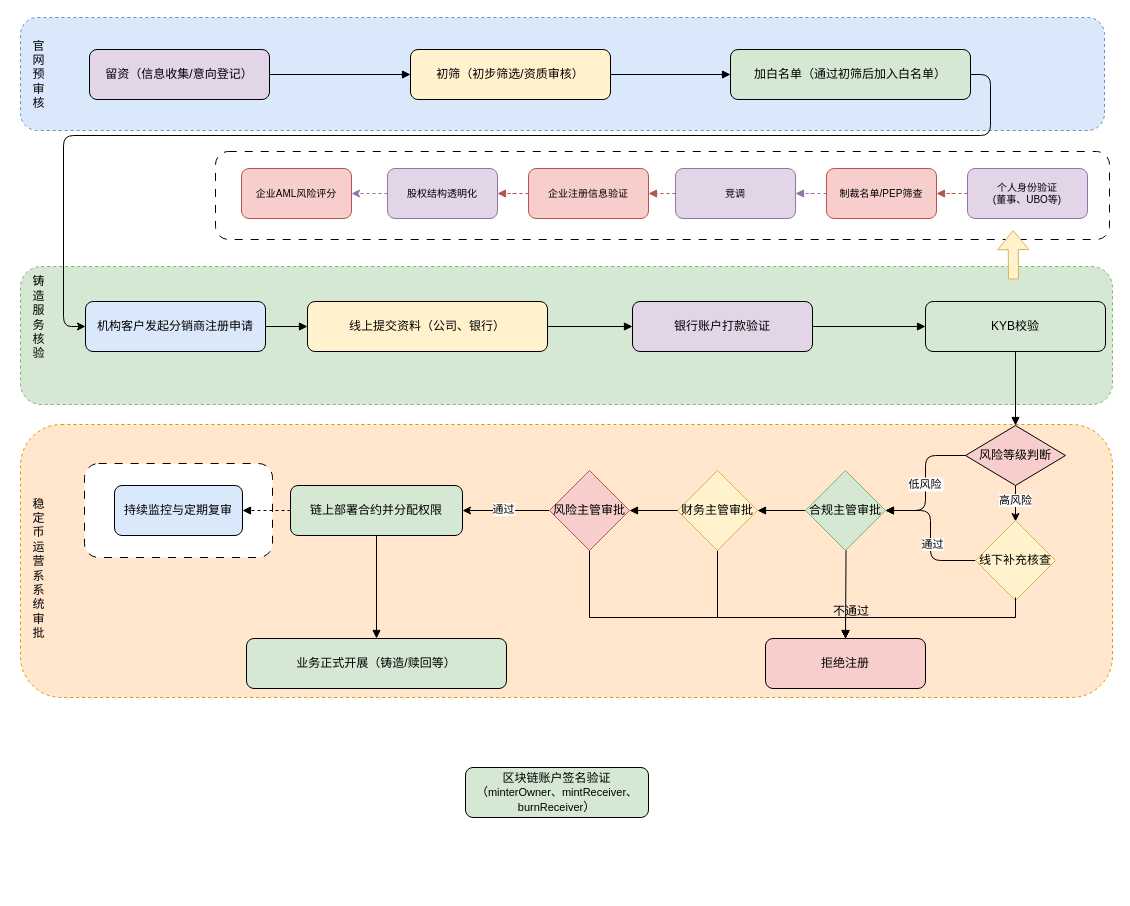
Earlier version of the draw.io diagram sc.drawio (mingzhenliu/doc). Source tidied: cells renumbered, new cells numbered last; positions are measured from the earlier drawing's top-left corner, leaving out a move shared by most shapes. Both pictures are drawn from the tidied source at 100%, with x=0, y=0 at pixel (20, 17).
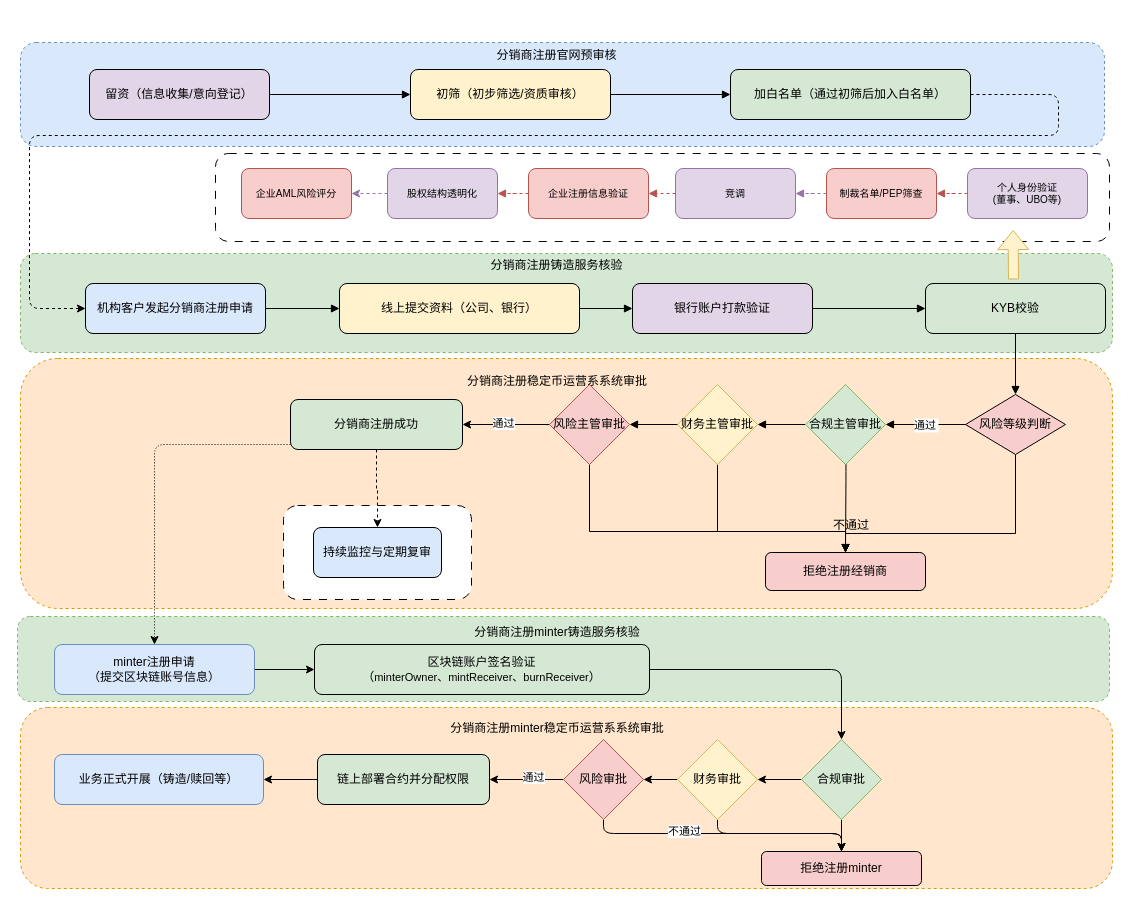
The same diagram, later.

What changed in the source:
```diff
@@
+    <mxCell id="62" style="rounded=1;whiteSpace=wrap;html=1;dashed=1;fillColor=#ffe6cc;strokeColor=#d79b00;" parent="1" vertex="1">
+      <mxGeometry y="690" width="1092" height="181" as="geometry" />
+    </mxCell>
+    <mxCell id="22" value="业务正式开展（铸造/赎回等）" style="rounded=1;whiteSpace=wrap;html=1;fillColor=#dae8fc;strokeColor=#6c8ebf;" parent="1" vertex="1">
+      <mxGeometry x="34" y="737" width="209" height="50" as="geometry" />
+    </mxCell>
+    <mxCell id="63" style="rounded=1;whiteSpace=wrap;html=1;dashed=1;fillColor=#d5e8d4;strokeColor=#82b366;" parent="1" vertex="1">
+      <mxGeometry x="-3" y="599" width="1092" height="85" as="geometry" />
+    </mxCell>
     <mxCell id="2" style="rounded=1;whiteSpace=wrap;html=1;dashed=1;fillColor=#ffe6cc;strokeColor=#d79b00;" parent="1" vertex="1">
-      <mxGeometry y="407" width="1092" height="273" as="geometry" />
+      <mxGeometry y="341" width="1092" height="250" as="geometry" />
     </mxCell>
     <mxCell id="3" style="rounded=1;whiteSpace=wrap;html=1;dashed=1;fillColor=#d5e8d4;strokeColor=#82b366;" parent="1" vertex="1">
-      <mxGeometry y="249" width="1092" height="138" as="geometry" />
+      <mxGeometry y="236" width="1092" height="99" as="geometry" />
     </mxCell>
     <mxCell id="4" style="rounded=1;whiteSpace=wrap;html=1;dashed=1;fillColor=#dae8fc;strokeColor=#6c8ebf;" parent="1" vertex="1">
-      <mxGeometry width="1084" height="113" as="geometry" />
+      <mxGeometry y="25" width="1084" height="104" as="geometry" />
     </mxCell>
     <mxCell id="5" style="rounded=1;whiteSpace=wrap;html=1;dashed=1;dashPattern=8 8;" parent="1" vertex="1">
-      <mxGeometry x="64" y="446" width="188" height="94" as="geometry" />
+      <mxGeometry x="263" y="488" width="188" height="94" as="geometry" />
     </mxCell>
     <mxCell id="6" style="rounded=1;whiteSpace=wrap;html=1;dashed=1;dashPattern=8 8;" parent="1" vertex="1">
-      <mxGeometry x="195" y="134" width="894" height="88" as="geometry" />
+      <mxGeometry x="195" y="136" width="894" height="88" as="geometry" />
     </mxCell>
     <mxCell id="7" value="留资（信息收集/意向登记）" style="rounded=1;whiteSpace=wrap;html=1;fillColor=#e1d5e7;" parent="1" vertex="1">
-      <mxGeometry x="69" y="32" width="180" height="50" as="geometry" />
+      <mxGeometry x="69" y="52" width="180" height="50" as="geometry" />
     </mxCell>
     <mxCell id="8" value="初筛（初步筛选/资质审核）" style="rounded=1;whiteSpace=wrap;html=1;fillColor=#fff2cc;" parent="1" vertex="1">
-      <mxGeometry x="390" y="32" width="200" height="50" as="geometry" />
+      <mxGeometry x="390" y="52" width="200" height="50" as="geometry" />
     </mxCell>
     <mxCell id="9" value="加白名单（通过初筛后加入白名单）" style="rounded=1;whiteSpace=wrap;html=1;fillColor=#d5e8d4;" parent="1" vertex="1">
-      <mxGeometry x="710" y="32" width="240" height="50" as="geometry" />
+      <mxGeometry x="710" y="52" width="240" height="50" as="geometry" />
     </mxCell>
@@
     <mxCell id="12" value="机构客户发起分销商注册申请" style="rounded=1;whiteSpace=wrap;html=1;fillColor=#dae8fc;" parent="1" vertex="1">
-      <mxGeometry x="65" y="284" width="180" height="50" as="geometry" />
+      <mxGeometry x="65" y="266" width="180" height="50" as="geometry" />
     </mxCell>
     <mxCell id="13" value="线上提交资料（公司、银行）" style="rounded=1;whiteSpace=wrap;html=1;fillColor=#fff2cc;" parent="1" vertex="1">
-      <mxGeometry x="287" y="284" width="240" height="50" as="geometry" />
+      <mxGeometry x="319" y="266" width="240" height="50" as="geometry" />
     </mxCell>
     <mxCell id="14" value="银行账户打款验证" style="rounded=1;whiteSpace=wrap;html=1;fillColor=#e1d5e7;flipH=1;" parent="1" vertex="1">
-      <mxGeometry x="612" y="284" width="180" height="50" as="geometry" />
+      <mxGeometry x="612" y="266" width="180" height="50" as="geometry" />
     </mxCell>
+    <mxCell id="64" style="edgeStyle=orthogonalEdgeStyle;rounded=0;jettySize=auto;html=1;" parent="1" edge="1" source="15" target="70">
+      <mxGeometry relative="1" as="geometry" />
+    </mxCell>
-    <mxCell id="15" value="区块链账户签名验证&lt;div&gt;（&lt;span style=&quot;font-size: 11px;&quot;&gt;minterOwner、mintReceiver、&lt;/span&gt;&lt;br style=&quot;font-size: 11px;&quot;&gt;&lt;span style=&quot;font-size: 11px;&quot;&gt;burnReceiver&lt;/span&gt;）&lt;/div&gt;" style="rounded=1;whiteSpace=wrap;html=1;fillColor=#d5e8d4;flipH=1;" parent="1" vertex="1">
-      <mxGeometry x="445" y="750" width="183" height="50" as="geometry" />
+    <mxCell id="15" value="minter注册申请&lt;div&gt;（提交区块链账号信息）&lt;/div&gt;" style="rounded=1;whiteSpace=wrap;html=1;fillColor=#dae8fc;flipH=1;strokeColor=#6c8ebf;" parent="1" vertex="1">
+      <mxGeometry x="34" y="627" width="200" height="50" as="geometry" />
     </mxCell>
-    <mxCell id="16" style="edgeStyle=orthogonalEdgeStyle;rounded=0;jettySize=auto;html=1;entryX=0.5;entryY=0;entryDx=0;entryDy=0;" parent="1" edge="1" source="18">
-      <mxGeometry relative="1" as="geometry">
-        <mxPoint x="995" y="504" as="targetPoint" />
-      </mxGeometry>
-    </mxCell>
-    <mxCell id="17" value="高风险" style="edgeLabel;html=1;align=center;verticalAlign=middle;" parent="16" vertex="1">
-      <mxGeometry x="-0.21" y="-1" relative="1" as="geometry" />
-    </mxCell>
+    <mxCell id="65" style="edgeStyle=orthogonalEdgeStyle;rounded=0;jettySize=auto;html=1;entryX=0.5;entryY=0;entryDx=0;entryDy=0;" parent="1" edge="1" source="18" target="20">
+      <mxGeometry relative="1" as="geometry">
+        <Array as="points">
+          <mxPoint x="995" y="516" />
+          <mxPoint x="825" y="516" />
+        </Array>
+      </mxGeometry>
+    </mxCell>
     <mxCell id="18" value="风险等级判断" style="rhombus;whiteSpace=wrap;html=1;fillColor=#f8cecc;" parent="1" vertex="1">
-      <mxGeometry x="945" y="408" width="100" height="60" as="geometry" />
+      <mxGeometry x="945" y="377" width="100" height="60" as="geometry" />
     </mxCell>
+    <mxCell id="66" style="edgeStyle=orthogonalEdgeStyle;rounded=1;jettySize=auto;html=1;curved=0;dashed=1;dashPattern=1 2;entryX=0.5;entryY=0;entryDx=0;entryDy=0;" parent="1" edge="1" source="19" target="15">
+      <mxGeometry relative="1" as="geometry">
+        <Array as="points">
+          <mxPoint x="134" y="427" />
+        </Array>
+      </mxGeometry>
+    </mxCell>
+    <mxCell id="30" style="edgeStyle=orthogonalEdgeStyle;rounded=0;jettySize=auto;html=1;entryX=0.5;entryY=0;entryDx=0;entryDy=0;dashed=1;" parent="1" edge="1" source="19" target="21">
+      <mxGeometry relative="1" as="geometry" />
+    </mxCell>
-    <mxCell id="19" value="链上部署合约并分配权限" style="rounded=1;whiteSpace=wrap;html=1;fillColor=#d5e8d4;" parent="1" vertex="1">
-      <mxGeometry x="270" y="468" width="172" height="50" as="geometry" />
+    <mxCell id="19" value="分销商注册成功" style="rounded=1;whiteSpace=wrap;html=1;fillColor=#d5e8d4;" parent="1" vertex="1">
+      <mxGeometry x="270" y="382" width="172" height="50" as="geometry" />
     </mxCell>
-    <mxCell id="20" value="拒绝注册" style="rounded=1;whiteSpace=wrap;html=1;fillColor=#f8cecc;" parent="1" vertex="1">
-      <mxGeometry x="745" y="621" width="160" height="50" as="geometry" />
+    <mxCell id="20" value="拒绝注册经销商" style="rounded=1;whiteSpace=wrap;html=1;fillColor=#f8cecc;" parent="1" vertex="1">
+      <mxGeometry x="745" y="535" width="160" height="38" as="geometry" />
     </mxCell>
     <mxCell id="21" value="持续监控与定期复审" style="rounded=1;whiteSpace=wrap;html=1;fillColor=#dae8fc;" parent="1" vertex="1">
-      <mxGeometry x="94" y="468" width="128" height="50" as="geometry" />
+      <mxGeometry x="293" y="510" width="128" height="50" as="geometry" />
     </mxCell>
-    <mxCell id="22" value="业务正式开展（铸造/赎回等）" style="rounded=1;whiteSpace=wrap;html=1;fillColor=#d5e8d4;" parent="1" vertex="1">
-      <mxGeometry x="226" y="621" width="260" height="50" as="geometry" />
-    </mxCell>
@@
-    <mxCell id="27" value="低风险" style="edgeStyle=orthogonalEdgeStyle;endArrow=block;endFill=1;entryX=1;entryY=0.5;entryDx=0;entryDy=0;exitX=0;exitY=0.5;exitDx=0;exitDy=0;" parent="1" edge="1" source="18" target="34">
+    <mxCell id="27" value="通过" style="edgeStyle=orthogonalEdgeStyle;endArrow=block;endFill=1;entryX=1;entryY=0.5;entryDx=0;entryDy=0;exitX=0;exitY=0.5;exitDx=0;exitDy=0;" parent="1" edge="1" source="18" target="34">
       <mxGeometry relative="1" as="geometry" />
     </mxCell>
     <mxCell id="28" style="edgeStyle=orthogonalEdgeStyle;endArrow=block;endFill=1;exitX=0.5;exitY=1;exitDx=0;exitDy=0;" parent="1" edge="1" target="20">
       <mxGeometry relative="1" as="geometry">
-        <mxPoint x="825" y="458" as="sourcePoint" />
+        <mxPoint x="825" y="372" as="sourcePoint" />
       </mxGeometry>
     </mxCell>
@@
-    <mxCell id="30" style="edgeStyle=orthogonalEdgeStyle;endArrow=block;endFill=1;entryX=1;entryY=0.5;entryDx=0;entryDy=0;dashed=1;" parent="1" edge="1" source="19" target="21">
-      <mxGeometry relative="1" as="geometry" />
-    </mxCell>
-    <mxCell id="31" style="edgeStyle=orthogonalEdgeStyle;endArrow=block;endFill=1;" parent="1" edge="1" source="19" target="22">
-      <mxGeometry relative="1" as="geometry" />
-    </mxCell>
     <mxCell id="32" style="edgeStyle=orthogonalEdgeStyle;rounded=0;jettySize=auto;html=1;entryX=0.5;entryY=0;entryDx=0;entryDy=0;exitX=0.5;exitY=1;exitDx=0;exitDy=0;" parent="1" edge="1" source="33" target="20">
       <mxGeometry relative="1" as="geometry">
         <Array as="points">
-          <mxPoint x="697" y="600" />
-          <mxPoint x="825" y="600" />
+          <mxPoint x="697" y="514" />
+          <mxPoint x="825" y="514" />
         </Array>
       </mxGeometry>
     </mxCell>
     <mxCell id="33" value="财务主管审批" style="rhombus;whiteSpace=wrap;html=1;fillColor=#fff2cc;strokeColor=#d6b656;" parent="1" vertex="1">
-      <mxGeometry x="657" y="453" width="80" height="80" as="geometry" />
+      <mxGeometry x="657" y="367" width="80" height="80" as="geometry" />
     </mxCell>
     <mxCell id="34" value="合规主管审批" style="rhombus;whiteSpace=wrap;html=1;fillColor=#d5e8d4;strokeColor=#82b366;" parent="1" vertex="1">
-      <mxGeometry x="785" y="453" width="80" height="80" as="geometry" />
+      <mxGeometry x="785" y="367" width="80" height="80" as="geometry" />
     </mxCell>
     <mxCell id="35" style="edgeStyle=orthogonalEdgeStyle;rounded=0;jettySize=auto;html=1;entryX=0.5;entryY=0;entryDx=0;entryDy=0;" parent="1" edge="1" source="38" target="20">
       <mxGeometry relative="1" as="geometry">
         <Array as="points">
-          <mxPoint x="569" y="600" />
-          <mxPoint x="825" y="600" />
+          <mxPoint x="569" y="514" />
+          <mxPoint x="825" y="514" />
         </Array>
       </mxGeometry>
     </mxCell>
@@
     <mxCell id="38" value="风险主管审批" style="rhombus;whiteSpace=wrap;html=1;fillColor=#f8cecc;strokeColor=#b85450;" parent="1" vertex="1">
-      <mxGeometry x="529" y="453" width="80" height="80" as="geometry" />
+      <mxGeometry x="529" y="367" width="80" height="80" as="geometry" />
     </mxCell>
@@
-    <mxCell id="51" style="edgeStyle=orthogonalEdgeStyle;rounded=1;jettySize=auto;html=1;entryX=1;entryY=0.5;entryDx=0;entryDy=0;curved=0;" parent="1" edge="1" source="53" target="34">
-      <mxGeometry relative="1" as="geometry" />
-    </mxCell>
-    <mxCell id="52" value="通过" style="edgeLabel;html=1;align=center;verticalAlign=middle;" parent="51" vertex="1">
-      <mxGeometry x="-0.1" y="-1" relative="1" as="geometry">
-        <mxPoint y="1" as="offset" />
-      </mxGeometry>
-    </mxCell>
-    <mxCell id="53" value="线下补充核查" style="rhombus;whiteSpace=wrap;html=1;fillColor=#fff2cc;strokeColor=#d6b656;" parent="1" vertex="1">
-      <mxGeometry x="955" y="503" width="80" height="80" as="geometry" />
-    </mxCell>
-    <mxCell id="54" style="edgeStyle=orthogonalEdgeStyle;rounded=0;jettySize=auto;html=1;entryX=0.5;entryY=0;entryDx=0;entryDy=0;exitX=0.5;exitY=1;exitDx=0;exitDy=0;" parent="1" edge="1" target="20">
-      <mxGeometry relative="1" as="geometry">
-        <mxPoint x="995" y="580" as="sourcePoint" />
-        <Array as="points">
-          <mxPoint x="995" y="600" />
-          <mxPoint x="825" y="600" />
-        </Array>
-      </mxGeometry>
-    </mxCell>
     <mxCell id="55" value="不通过" style="text;html=1;align=center;verticalAlign=middle;whiteSpace=wrap;rounded=0;" parent="1" vertex="1">
-      <mxGeometry x="801" y="579" width="60" height="30" as="geometry" />
+      <mxGeometry x="801" y="493" width="60" height="30" as="geometry" />
     </mxCell>
-    <mxCell id="56" value="官网预审核" style="text;html=1;align=center;verticalAlign=middle;whiteSpace=wrap;rounded=0;" parent="1" vertex="1">
-      <mxGeometry x="6" y="25" width="25" height="63" as="geometry" />
+    <mxCell id="56" value="分销商注册官网预审核" style="text;html=1;align=center;verticalAlign=middle;whiteSpace=wrap;rounded=0;" parent="1" vertex="1">
+      <mxGeometry x="433" y="6" width="207" height="63" as="geometry" />
     </mxCell>
-    <mxCell id="57" style="edgeStyle=orthogonalEdgeStyle;rounded=1;jettySize=auto;html=1;exitX=1;exitY=0.5;exitDx=0;exitDy=0;curved=0;" parent="1" edge="1" source="9" target="12">
+    <mxCell id="57" style="edgeStyle=orthogonalEdgeStyle;rounded=1;jettySize=auto;html=1;curved=0;entryX=0;entryY=0.5;entryDx=0;entryDy=0;dashed=1;exitX=1;exitY=0.5;exitDx=0;exitDy=0;" parent="1" edge="1" source="9" target="12">
       <mxGeometry relative="1" as="geometry">
         <Array as="points">
-          <mxPoint x="970" y="57" />
-          <mxPoint x="970" y="118" />
-          <mxPoint x="43" y="118" />
-          <mxPoint x="43" y="309" />
+          <mxPoint x="1038" y="77" />
+          <mxPoint x="1038" y="118" />
+          <mxPoint x="9" y="118" />
+          <mxPoint x="9" y="291" />
         </Array>
       </mxGeometry>
     </mxCell>
-    <mxCell id="58" value="铸造服务核验" style="text;html=1;align=center;verticalAlign=middle;whiteSpace=wrap;rounded=0;" parent="1" vertex="1">
-      <mxGeometry x="6" y="268" width="25" height="63" as="geometry" />
+    <mxCell id="58" value="分销商注册&lt;span style=&quot;background-color: transparent; color: light-dark(rgb(0, 0, 0), rgb(255, 255, 255));&quot;&gt;铸造服务核验&lt;/span&gt;" style="text;html=1;align=center;verticalAlign=middle;whiteSpace=wrap;rounded=0;" parent="1" vertex="1">
+      <mxGeometry x="406" y="216" width="261" height="63" as="geometry" />
     </mxCell>
-    <mxCell id="59" value="稳定币运营系系统审批" style="text;html=1;align=center;verticalAlign=middle;whiteSpace=wrap;rounded=0;" parent="1" vertex="1">
-      <mxGeometry x="6" y="519" width="25" height="63" as="geometry" />
+    <mxCell id="59" value="分销商注册稳定币运营系系统审批" style="text;html=1;align=center;verticalAlign=middle;whiteSpace=wrap;rounded=0;" parent="1" vertex="1">
+      <mxGeometry x="404.5" y="332" width="264" height="63" as="geometry" />
     </mxCell>
@@
     <mxCell id="61" value="KYB校验" style="rounded=1;whiteSpace=wrap;html=1;fillColor=#d5e8d4;" parent="1" vertex="1">
-      <mxGeometry x="905" y="284" width="180" height="50" as="geometry" />
+      <mxGeometry x="905" y="266" width="180" height="50" as="geometry" />
     </mxCell>
+    <mxCell id="67" style="edgeStyle=orthogonalEdgeStyle;rounded=0;jettySize=auto;html=1;" parent="1" edge="1" source="68" target="22">
+      <mxGeometry relative="1" as="geometry" />
+    </mxCell>
+    <mxCell id="68" value="链上部署合约并分配权限" style="rounded=1;whiteSpace=wrap;html=1;fillColor=#d5e8d4;" parent="1" vertex="1">
+      <mxGeometry x="297" y="737" width="172" height="50" as="geometry" />
+    </mxCell>
+    <mxCell id="69" style="edgeStyle=orthogonalEdgeStyle;rounded=1;jettySize=auto;html=1;entryX=0.5;entryY=0;entryDx=0;entryDy=0;curved=0;" parent="1" edge="1" source="70" target="76">
+      <mxGeometry relative="1" as="geometry" />
+    </mxCell>
+    <mxCell id="70" value="区块链账户签名验证&lt;div&gt;（&lt;span style=&quot;font-size: 11px;&quot;&gt;minterOwner、mintReceiver、&lt;/span&gt;&lt;span style=&quot;font-size: 11px;&quot;&gt;burnReceiver&lt;/span&gt;）&lt;/div&gt;" style="rounded=1;whiteSpace=wrap;html=1;fillColor=#d5e8d4;flipH=1;" parent="1" vertex="1">
+      <mxGeometry x="294" y="627" width="335" height="50" as="geometry" />
+    </mxCell>
+    <mxCell id="71" style="edgeStyle=orthogonalEdgeStyle;rounded=0;jettySize=auto;html=1;" parent="1" edge="1" source="73" target="80">
+      <mxGeometry relative="1" as="geometry" />
+    </mxCell>
+    <mxCell id="72" style="edgeStyle=orthogonalEdgeStyle;rounded=1;jettySize=auto;html=1;entryX=0.5;entryY=0;entryDx=0;entryDy=0;curved=0;" parent="1" edge="1" source="73" target="83">
+      <mxGeometry relative="1" as="geometry">
+        <Array as="points">
+          <mxPoint x="697" y="816" />
+          <mxPoint x="821" y="816" />
+        </Array>
+      </mxGeometry>
+    </mxCell>
+    <mxCell id="73" value="财务审批" style="rhombus;whiteSpace=wrap;html=1;fillColor=#fff2cc;strokeColor=#d6b656;" parent="1" vertex="1">
+      <mxGeometry x="657" y="722" width="80" height="80" as="geometry" />
+    </mxCell>
+    <mxCell id="74" style="edgeStyle=orthogonalEdgeStyle;rounded=0;jettySize=auto;html=1;" parent="1" edge="1" source="76" target="73">
+      <mxGeometry relative="1" as="geometry" />
+    </mxCell>
+    <mxCell id="75" style="edgeStyle=orthogonalEdgeStyle;rounded=0;jettySize=auto;html=1;" parent="1" edge="1" source="76" target="83">
+      <mxGeometry relative="1" as="geometry" />
+    </mxCell>
+    <mxCell id="76" value="合规审批" style="rhombus;whiteSpace=wrap;html=1;fillColor=#d5e8d4;strokeColor=#82b366;" parent="1" vertex="1">
+      <mxGeometry x="781" y="722" width="80" height="80" as="geometry" />
+    </mxCell>
+    <mxCell id="77" style="edgeStyle=orthogonalEdgeStyle;rounded=0;jettySize=auto;html=1;entryX=1;entryY=0.5;entryDx=0;entryDy=0;" parent="1" edge="1" source="80" target="68">
+      <mxGeometry relative="1" as="geometry" />
+    </mxCell>
+    <mxCell id="52" value="通过" style="edgeLabel;html=1;align=center;verticalAlign=middle;" parent="77" vertex="1">
+      <mxGeometry x="-0.15" y="-3" relative="1" as="geometry" />
+    </mxCell>
+    <mxCell id="78" style="edgeStyle=orthogonalEdgeStyle;rounded=1;jettySize=auto;html=1;entryX=0.5;entryY=0;entryDx=0;entryDy=0;curved=0;" parent="1" edge="1" source="80" target="83">
+      <mxGeometry relative="1" as="geometry">
+        <Array as="points">
+          <mxPoint x="583" y="816" />
+          <mxPoint x="821" y="816" />
+        </Array>
+      </mxGeometry>
+    </mxCell>
+    <mxCell id="79" value="不通过" style="edgeLabel;html=1;align=center;verticalAlign=middle;" parent="78" vertex="1">
+      <mxGeometry x="-0.31" y="3" relative="1" as="geometry">
+        <mxPoint x="1" as="offset" />
+      </mxGeometry>
+    </mxCell>
+    <mxCell id="80" value="风险审批" style="rhombus;whiteSpace=wrap;html=1;fillColor=#f8cecc;strokeColor=#b85450;" parent="1" vertex="1">
+      <mxGeometry x="543" y="722" width="80" height="80" as="geometry" />
+    </mxCell>
+    <mxCell id="81" value="分销商注册minter铸造服务核验" style="text;html=1;align=center;verticalAlign=middle;whiteSpace=wrap;rounded=0;" parent="1" vertex="1">
+      <mxGeometry x="404.5" y="583" width="264" height="63" as="geometry" />
+    </mxCell>
+    <mxCell id="82" value="分销商注册minter稳定币运营系系统审批" style="text;html=1;align=center;verticalAlign=middle;whiteSpace=wrap;rounded=0;" parent="1" vertex="1">
+      <mxGeometry x="404.5" y="679" width="264" height="63" as="geometry" />
+    </mxCell>
+    <mxCell id="83" value="拒绝注册minter" style="rounded=1;whiteSpace=wrap;html=1;fillColor=#f8cecc;" parent="1" vertex="1">
+      <mxGeometry x="741" y="834" width="160" height="34" as="geometry" />
+    </mxCell>
```
